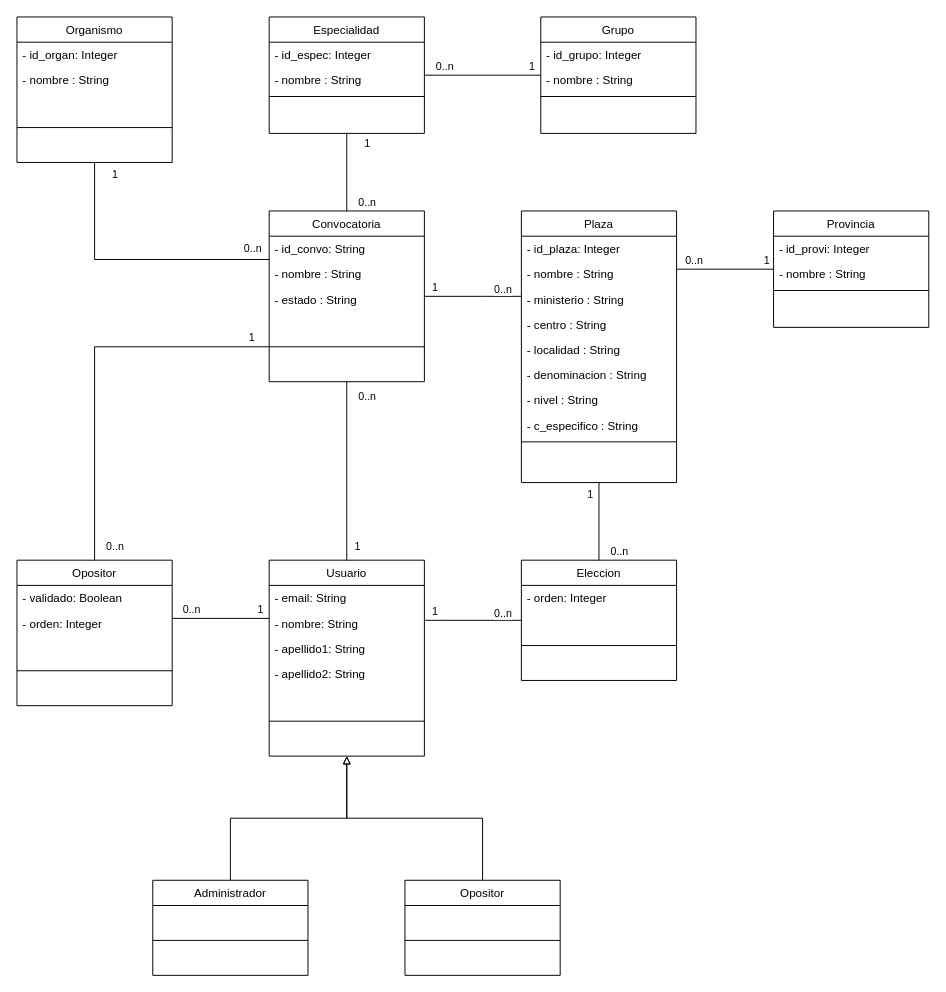
The draw.io diagram diagramas/DiagramaClases.drawio in Castillo82/simuladordestinos, before the edit. Source tidied: cells renumbered, new cells numbered last; positions are measured from the earlier drawing's top-left corner, leaving out a move shared by most shapes. Both pictures are drawn from the tidied source at 97%, with x=0, y=0 at pixel (16, 16).
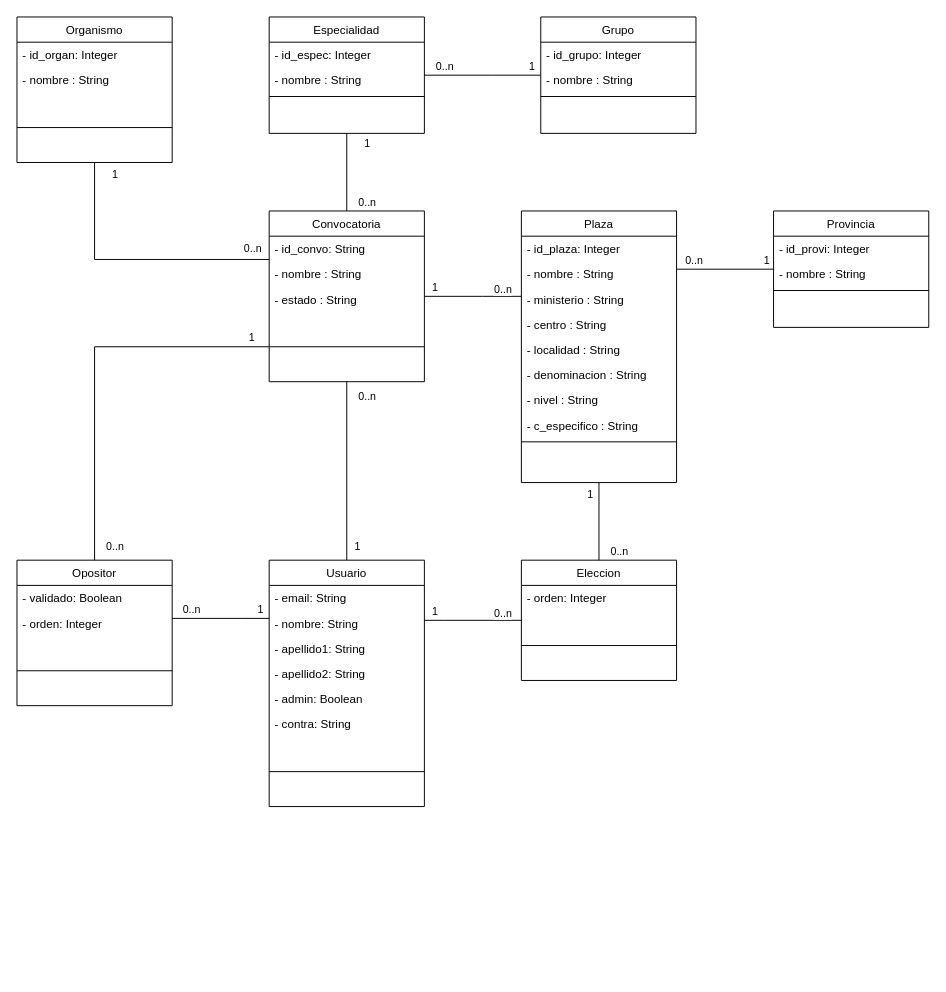
The same page after the edit.

What changed in the source:
```diff
@@
     <mxCell id="46" value="Usuario" style="swimlane;fontStyle=0;align=center;verticalAlign=top;horizontal=1;startSize=26;rounded=0;shadow=0;strokeWidth=1;" parent="1" vertex="1">
-      <mxGeometry x="260" y="560" width="160" height="202" as="geometry" />
+      <mxGeometry x="260" y="560" width="160" height="254" as="geometry" />
     </mxCell>
@@
+    <mxCell id="82" value="- admin: Boolean" style="text;align=left;verticalAlign=top;spacingLeft=4;spacingRight=4;overflow=hidden;" parent="46" vertex="1">
+      <mxGeometry y="130" width="160" height="26" as="geometry" />
+    </mxCell>
+    <mxCell id="83" value="- contra: String" style="text;align=left;verticalAlign=top;spacingLeft=4;spacingRight=4;overflow=hidden;" parent="46" vertex="1">
+      <mxGeometry y="156" width="160" height="26" as="geometry" />
+    </mxCell>
     <mxCell id="51" style="line;html=1;strokeWidth=1;align=left;verticalAlign=middle;spacingTop=-1;spacingLeft=3;spacingRight=3;labelPosition=right;" parent="46" vertex="1">
-      <mxGeometry y="130" width="160" height="72" as="geometry" />
+      <mxGeometry y="182" width="160" height="72" as="geometry" />
     </mxCell>
-    <mxCell id="52" style="edgeStyle=orthogonalEdgeStyle;rounded=0;jettySize=auto;html=1;entryX=0.5;entryY=1;entryDx=0;entryDy=0;endArrow=block;endFill=0;" parent="1" edge="1" source="53" target="46">
-      <mxGeometry relative="1" as="geometry" />
-    </mxCell>
-    <mxCell id="53" value="Administrador" style="swimlane;fontStyle=0;align=center;verticalAlign=top;horizontal=1;startSize=26;rounded=0;shadow=0;strokeWidth=1;" parent="1" vertex="1">
-      <mxGeometry x="140" y="890" width="160" height="98" as="geometry" />
-    </mxCell>
-    <mxCell id="54" style="line;html=1;strokeWidth=1;align=left;verticalAlign=middle;spacingTop=-1;spacingLeft=3;spacingRight=3;labelPosition=right;" parent="53" vertex="1">
-      <mxGeometry y="26" width="160" height="72" as="geometry" />
-    </mxCell>
-    <mxCell id="55" style="edgeStyle=orthogonalEdgeStyle;rounded=0;jettySize=auto;html=1;entryX=0.5;entryY=1;entryDx=0;entryDy=0;endArrow=block;endFill=0;" parent="1" edge="1" source="56" target="46">
-      <mxGeometry relative="1" as="geometry" />
-    </mxCell>
-    <mxCell id="56" value="Opositor" style="swimlane;fontStyle=0;align=center;verticalAlign=top;horizontal=1;startSize=26;rounded=0;shadow=0;strokeWidth=1;" parent="1" vertex="1">
-      <mxGeometry x="400" y="890" width="160" height="98" as="geometry" />
-    </mxCell>
-    <mxCell id="57" style="line;html=1;strokeWidth=1;align=left;verticalAlign=middle;spacingTop=-1;spacingLeft=3;spacingRight=3;labelPosition=right;" parent="56" vertex="1">
-      <mxGeometry y="26" width="160" height="72" as="geometry" />
-    </mxCell>
```
